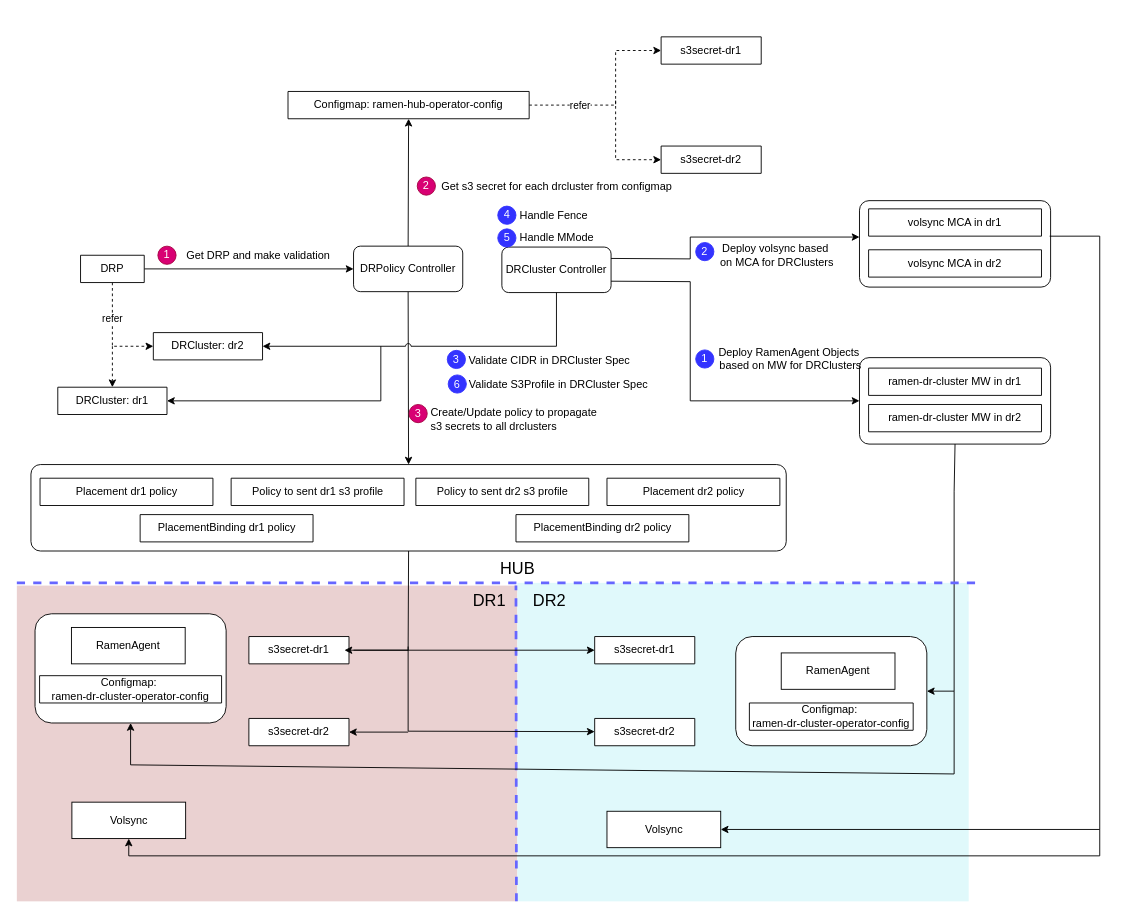
This is assets/images/posts/ramen-init.drawio from youhangwang/youhangwang.github.io, a draw.io file, before an edit. Source tidied: cells renumbered, new cells numbered last; positions are measured from the earlier drawing's top-left corner, leaving out a move shared by most shapes. Both pictures are drawn from the tidied source at 91%, with x=0, y=0 at pixel (16, 36).
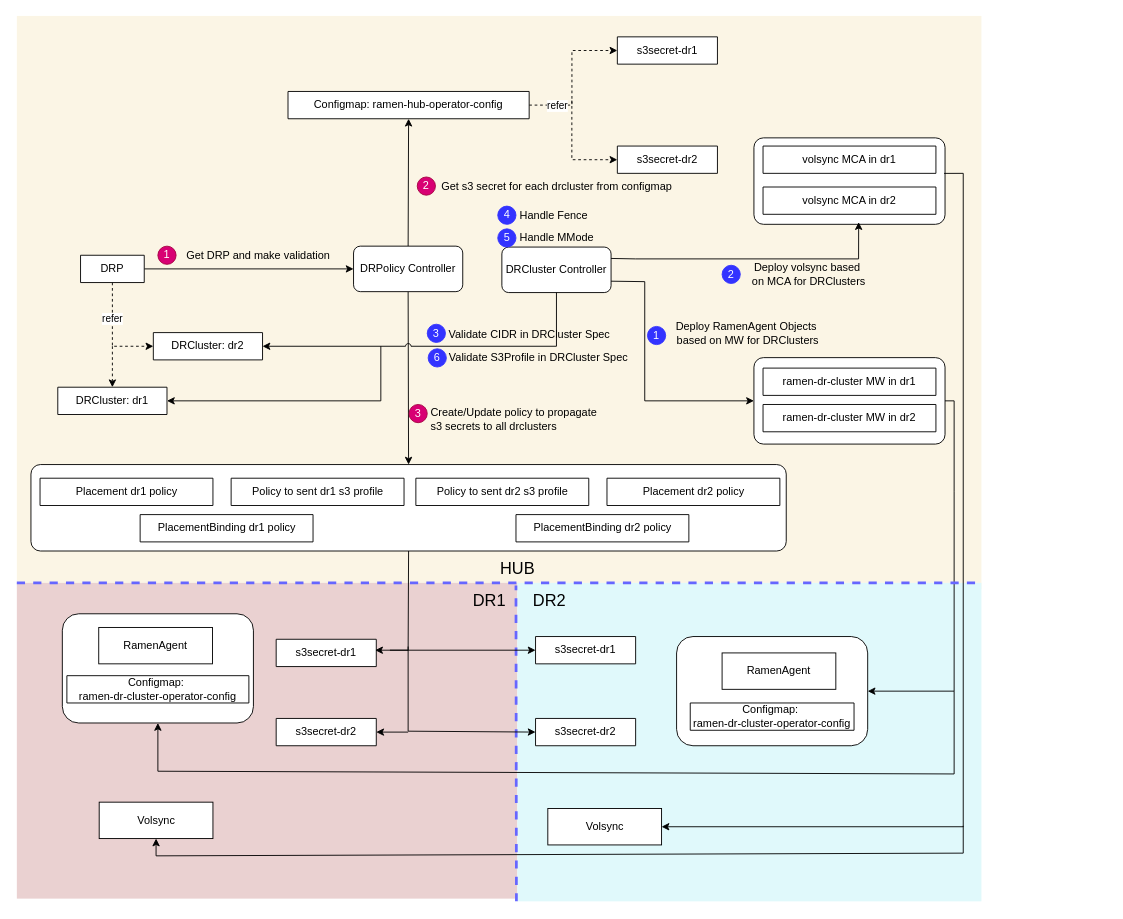
The same diagram, later.

The change refers to these unchanged cells:
```xml
<mxCell id="6" style="rounded=1;whiteSpace=wrap;html=1;arcSize=11;" parent="1" vertex="1">
  <mxGeometry x="15.5" y="470" width="830" height="95" as="geometry" />
</mxCell>
<mxCell id="46" value="DRCluster Controller" style="rounded=1;whiteSpace=wrap;html=1;" parent="1" vertex="1">
  <mxGeometry x="533" y="231" width="120" height="50" as="geometry" />
</mxCell>
```

The edit, as a diff of the source:
```diff
@@
+    <mxCell id="81" style="rounded=0;whiteSpace=wrap;html=1;fillColor=#fbf5e5;strokeColor=none;" parent="1" vertex="1">
+      <mxGeometry y="-23" width="1060" height="630" as="geometry" />
+    </mxCell>
     <mxCell id="2" style="rounded=1;whiteSpace=wrap;html=1;arcSize=11;" parent="1" vertex="1">
-      <mxGeometry x="926" y="180" width="210" height="95" as="geometry" />
+      <mxGeometry x="810" y="111" width="210" height="95" as="geometry" />
     </mxCell>
     <mxCell id="3" style="rounded=1;whiteSpace=wrap;html=1;arcSize=11;" parent="1" vertex="1">
-      <mxGeometry x="926" y="352.5" width="210" height="95" as="geometry" />
+      <mxGeometry x="810" y="352.5" width="210" height="95" as="geometry" />
     </mxCell>
     <mxCell id="4" style="rounded=0;whiteSpace=wrap;html=1;strokeColor=none;fillColor=#ead1d1;gradientColor=none;" parent="1" vertex="1">
-      <mxGeometry y="603" width="550" height="347" as="geometry" />
+      <mxGeometry y="600" width="550" height="347" as="geometry" />
     </mxCell>
     <mxCell id="5" style="rounded=0;whiteSpace=wrap;html=1;strokeColor=none;fillColor=#e0f9fb;gradientColor=none;" parent="1" vertex="1">
-      <mxGeometry x="550" y="600" width="496" height="350" as="geometry" />
+      <mxGeometry x="550" y="600" width="510" height="350" as="geometry" />
     </mxCell>
@@
     <mxCell id="7" style="endArrow=classic;html=1;rounded=0;exitX=1;exitY=0.5;exitDx=0;exitDy=0;entryX=0;entryY=0.5;entryDx=0;entryDy=0;dashed=1;" parent="1" edge="1" source="14" target="41">
       <mxGeometry relative="1" as="geometry">
         <Array as="points">
-          <mxPoint x="658" y="75" />
+          <mxPoint x="610" y="75" />
+          <mxPoint x="610" y="15" />
           <mxPoint x="658" y="15" />
         </Array>
       </mxGeometry>
     </mxCell>
     <mxCell id="8" value="refer" style="edgeLabel;html=1;align=center;verticalAlign=middle;" parent="7" vertex="1">
       <mxGeometry x="-0.4" relative="1" as="geometry">
-        <mxPoint x="-7" as="offset" />
+        <mxPoint x="-17" as="offset" />
       </mxGeometry>
     </mxCell>
@@
-    <mxCell id="14" value="Configmap: ramen-hub-operator-config" style="swimlane;fontStyle=0;horizontal=1;startSize=30;whiteSpace=wrap;html=1;" parent="1" vertex="1" collapsed="1">
-      <mxGeometry x="298" y="60" width="265" height="30" as="geometry" />
-    </mxCell>
     <mxCell id="15" style="endArrow=classic;html=1;rounded=0;entryX=0;entryY=0.5;entryDx=0;entryDy=0;dashed=1;" parent="1" edge="1" target="40">
       <mxGeometry relative="1" as="geometry">
-        <mxPoint x="658" y="70" as="sourcePoint" />
+        <mxPoint x="609.9" y="70" as="sourcePoint" />
         <Array as="points">
-          <mxPoint x="658" y="135" />
+          <mxPoint x="609.9" y="135" />
         </Array>
       </mxGeometry>
     </mxCell>
@@
     <mxCell id="23" value="s3secret-dr1" style="swimlane;fontStyle=0;horizontal=1;startSize=30;whiteSpace=wrap;html=1;" parent="1" vertex="1" collapsed="1">
-      <mxGeometry x="255" y="659" width="110" height="30" as="geometry" />
+      <mxGeometry x="285" y="662" width="110" height="30" as="geometry" />
     </mxCell>
     <mxCell id="24" value="s3secret-dr2" style="swimlane;fontStyle=0;horizontal=1;startSize=30;whiteSpace=wrap;html=1;" parent="1" vertex="1" collapsed="1">
-      <mxGeometry x="255" y="749" width="110" height="30" as="geometry" />
+      <mxGeometry x="285" y="749" width="110" height="30" as="geometry" />
     </mxCell>
     <mxCell id="25" value="s3secret-dr1" style="swimlane;fontStyle=0;horizontal=1;startSize=30;whiteSpace=wrap;html=1;" parent="1" vertex="1" collapsed="1">
-      <mxGeometry x="635" y="659" width="110" height="30" as="geometry" />
+      <mxGeometry x="570" y="659" width="110" height="30" as="geometry" />
     </mxCell>
     <mxCell id="26" value="s3secret-dr2" style="swimlane;fontStyle=0;horizontal=1;startSize=30;whiteSpace=wrap;html=1;" parent="1" vertex="1" collapsed="1">
-      <mxGeometry x="635" y="749" width="110" height="30" as="geometry" />
+      <mxGeometry x="570" y="749" width="110" height="30" as="geometry" />
     </mxCell>
-    <mxCell id="27" style="endArrow=classic;html=1;rounded=0;entryX=0.955;entryY=0.5;entryDx=0;entryDy=0;entryPerimeter=0;exitX=0.5;exitY=1;exitDx=0;exitDy=0;" parent="1" edge="1" source="6" target="23">
+    <mxCell id="27" style="endArrow=classic;html=1;rounded=0;entryX=0.989;entryY=0.4;entryDx=0;entryDy=0;entryPerimeter=0;exitX=0.5;exitY=1;exitDx=0;exitDy=0;" parent="1" edge="1" source="6" target="23">
       <mxGeometry relative="1" as="geometry">
         <Array as="points">
           <mxPoint x="430" y="674" />
         </Array>
       </mxGeometry>
     </mxCell>
     <mxCell id="28" style="endArrow=classic;html=1;rounded=0;entryX=0;entryY=0.5;entryDx=0;entryDy=0;" parent="1" edge="1" target="25">
       <mxGeometry relative="1" as="geometry">
-        <mxPoint x="370" y="674" as="sourcePoint" />
+        <mxPoint x="410" y="674" as="sourcePoint" />
       </mxGeometry>
     </mxCell>
@@
     <mxCell id="40" value="s3secret-dr2" style="swimlane;fontStyle=0;horizontal=1;startSize=30;whiteSpace=wrap;html=1;" parent="1" vertex="1" collapsed="1">
-      <mxGeometry x="708" y="120" width="110" height="30" as="geometry" />
+      <mxGeometry x="659.9" y="120" width="110" height="30" as="geometry" />
     </mxCell>
     <mxCell id="41" value="s3secret-dr1" style="swimlane;fontStyle=0;horizontal=1;startSize=30;whiteSpace=wrap;html=1;" parent="1" vertex="1" collapsed="1">
-      <mxGeometry x="708" width="110" height="30" as="geometry" />
+      <mxGeometry x="659.9" width="110" height="30" as="geometry" />
     </mxCell>
@@
     <mxCell id="43" value="1" style="ellipse;whiteSpace=wrap;html=1;fillColor=#3333FF;strokeColor=#3333FF;fontColor=#ffffff;" parent="1" vertex="1">
-      <mxGeometry x="746" y="344" width="20" height="20" as="geometry" />
+      <mxGeometry x="693" y="318.2" width="20" height="20" as="geometry" />
     </mxCell>
@@
     <mxCell id="47" style="rounded=1;whiteSpace=wrap;html=1;" parent="1" vertex="1">
-      <mxGeometry x="20" y="634" width="210" height="120" as="geometry" />
+      <mxGeometry x="50" y="634" width="210" height="120" as="geometry" />
     </mxCell>
     <mxCell id="48" style="rounded=1;whiteSpace=wrap;html=1;" parent="1" vertex="1">
-      <mxGeometry x="790" y="659" width="210" height="120" as="geometry" />
+      <mxGeometry x="725" y="659" width="210" height="120" as="geometry" />
     </mxCell>
-    <mxCell id="49" style="endArrow=classic;html=1;rounded=0;entryX=1;entryY=0.5;entryDx=0;entryDy=0;exitX=0.5;exitY=1;exitDx=0;exitDy=0;" parent="1" edge="1" source="3" target="48">
+    <mxCell id="49" style="endArrow=classic;html=1;rounded=0;entryX=1;entryY=0.5;entryDx=0;entryDy=0;exitX=1;exitY=0.5;exitDx=0;exitDy=0;" parent="1" edge="1" source="3" target="48">
       <mxGeometry relative="1" as="geometry">
         <Array as="points">
+          <mxPoint x="1030" y="400" />
           <mxPoint x="1030" y="500" />
           <mxPoint x="1030" y="719" />
         </Array>
       </mxGeometry>
     </mxCell>
     <mxCell id="50" style="endArrow=classic;html=1;rounded=0;entryX=0.5;entryY=1;entryDx=0;entryDy=0;" parent="1" edge="1" target="47">
       <mxGeometry relative="1" as="geometry">
         <mxPoint x="1030" y="719" as="sourcePoint" />
         <Array as="points">
           <mxPoint x="1030" y="810" />
-          <mxPoint x="125" y="800" />
+          <mxPoint x="155" y="807" />
         </Array>
       </mxGeometry>
     </mxCell>
     <mxCell id="51" value="ramen-dr-cluster MW in dr1" style="swimlane;fontStyle=0;horizontal=1;startSize=30;whiteSpace=wrap;html=1;" parent="1" vertex="1" collapsed="1">
-      <mxGeometry x="936" y="364" width="190" height="30" as="geometry" />
+      <mxGeometry x="820" y="364" width="190" height="30" as="geometry" />
     </mxCell>
     <mxCell id="52" value="ramen-dr-cluster MW in dr2" style="swimlane;fontStyle=0;horizontal=1;startSize=30;whiteSpace=wrap;html=1;" parent="1" vertex="1" collapsed="1">
-      <mxGeometry x="936" y="404" width="190" height="30" as="geometry" />
+      <mxGeometry x="820" y="404" width="190" height="30" as="geometry" />
     </mxCell>
     <mxCell id="53" style="endArrow=classic;html=1;rounded=0;exitX=1;exitY=0.75;exitDx=0;exitDy=0;entryX=0;entryY=0.5;entryDx=0;entryDy=0;" parent="1" edge="1" source="46" target="3">
       <mxGeometry relative="1" as="geometry">
         <Array as="points">
-          <mxPoint x="740" y="269" />
-          <mxPoint x="740" y="400" />
+          <mxPoint x="690" y="269" />
+          <mxPoint x="690" y="400" />
         </Array>
       </mxGeometry>
     </mxCell>
     <mxCell id="54" value="RamenAgent" style="rounded=0;whiteSpace=wrap;html=1;" parent="1" vertex="1">
-      <mxGeometry x="840" y="677" width="125" height="40" as="geometry" />
+      <mxGeometry x="775" y="677" width="125" height="40" as="geometry" />
     </mxCell>
     <mxCell id="55" value="Configmap:&amp;nbsp;&lt;div&gt;ramen-dr-cluster-operator-config&lt;/div&gt;" style="swimlane;fontStyle=0;horizontal=1;startSize=30;whiteSpace=wrap;html=1;" parent="1" vertex="1" collapsed="1">
-      <mxGeometry x="25" y="702" width="200" height="30" as="geometry" />
+      <mxGeometry x="55" y="702" width="200" height="30" as="geometry" />
     </mxCell>
     <mxCell id="56" value="Configmap:&amp;nbsp;&lt;div&gt;ramen-dr-cluster-operator-config&lt;/div&gt;" style="swimlane;fontStyle=0;horizontal=1;startSize=30;whiteSpace=wrap;html=1;" parent="1" vertex="1" collapsed="1">
-      <mxGeometry x="805" y="732" width="180" height="30" as="geometry" />
+      <mxGeometry x="740" y="732" width="180" height="30" as="geometry" />
     </mxCell>
     <mxCell id="57" value="RamenAgent" style="rounded=0;whiteSpace=wrap;html=1;" parent="1" vertex="1">
-      <mxGeometry x="60" y="649" width="125" height="40" as="geometry" />
+      <mxGeometry x="90" y="649" width="125" height="40" as="geometry" />
     </mxCell>
     <mxCell id="58" value="Deploy RamenAgent Objects&amp;nbsp;&lt;div&gt;based on MW for DRClusters&lt;/div&gt;" style="text;html=1;align=center;verticalAlign=middle;strokeColor=none;fillColor=none;" parent="1" vertex="1">
-      <mxGeometry x="760" y="334" width="180" height="40" as="geometry" />
+      <mxGeometry x="713" y="305.8" width="180" height="40" as="geometry" />
     </mxCell>
@@
     <mxCell id="60" value="volsync MCA in dr1" style="swimlane;fontStyle=0;horizontal=1;startSize=30;whiteSpace=wrap;html=1;" parent="1" vertex="1" collapsed="1">
-      <mxGeometry x="936" y="189" width="190" height="30" as="geometry" />
+      <mxGeometry x="820" y="120" width="190" height="30" as="geometry" />
     </mxCell>
     <mxCell id="61" value="volsync MCA in dr2" style="swimlane;fontStyle=0;horizontal=1;startSize=30;whiteSpace=wrap;html=1;" parent="1" vertex="1" collapsed="1">
-      <mxGeometry x="936" y="234" width="190" height="30" as="geometry" />
+      <mxGeometry x="820" y="165" width="190" height="30" as="geometry" />
     </mxCell>
-    <mxCell id="62" style="endArrow=classic;html=1;rounded=0;exitX=1;exitY=0.25;exitDx=0;exitDy=0;" parent="1" edge="1" source="46">
+    <mxCell id="62" style="endArrow=classic;html=1;rounded=0;exitX=1;exitY=0.25;exitDx=0;exitDy=0;entryX=0.548;entryY=0.975;entryDx=0;entryDy=0;entryPerimeter=0;" parent="1" edge="1" source="46" target="2">
       <mxGeometry relative="1" as="geometry">
-        <mxPoint x="926" y="220" as="targetPoint" />
         <Array as="points">
-          <mxPoint x="740" y="244" />
-          <mxPoint x="740" y="220" />
+          <mxPoint x="680" y="244" />
+          <mxPoint x="925" y="244" />
         </Array>
       </mxGeometry>
     </mxCell>
     <mxCell id="63" value="Deploy volsync&amp;nbsp;&lt;span style=&quot;background-color: initial;&quot;&gt;based&amp;nbsp;&lt;/span&gt;&lt;div&gt;on MCA for DRClusters&lt;/div&gt;" style="text;html=1;align=center;verticalAlign=middle;strokeColor=none;fillColor=none;" parent="1" vertex="1">
-      <mxGeometry x="760" y="220" width="150" height="40" as="geometry" />
+      <mxGeometry x="795" y="241" width="150" height="40" as="geometry" />
     </mxCell>
-    <mxCell id="64" style="endArrow=classic;html=1;rounded=0;entryX=0;entryY=0.5;entryDx=0;entryDy=0;" parent="1" edge="1">
+    <mxCell id="64" style="endArrow=classic;html=1;rounded=0;" parent="1" edge="1">
       <mxGeometry relative="1" as="geometry">
         <mxPoint x="430" y="670" as="sourcePoint" />
-        <mxPoint x="635" y="763.5" as="targetPoint" />
+        <mxPoint x="570" y="764" as="targetPoint" />
         <Array as="points">
           <mxPoint x="430" y="763" />
         </Array>
       </mxGeometry>
     </mxCell>
@@
     <mxCell id="66" value="Volsync" style="rounded=0;whiteSpace=wrap;html=1;" parent="1" vertex="1">
-      <mxGeometry x="60.5" y="841" width="125" height="40" as="geometry" />
+      <mxGeometry x="90.5" y="841" width="125" height="40" as="geometry" />
     </mxCell>
     <mxCell id="67" value="Volsync" style="rounded=0;whiteSpace=wrap;html=1;" parent="1" vertex="1">
-      <mxGeometry x="648.5" y="851" width="125" height="40" as="geometry" />
+      <mxGeometry x="583.5" y="848" width="125" height="40" as="geometry" />
     </mxCell>
     <mxCell id="68" style="endArrow=classic;html=1;rounded=0;entryX=1;entryY=0.5;entryDx=0;entryDy=0;exitX=0.995;exitY=0.411;exitDx=0;exitDy=0;exitPerimeter=0;" parent="1" edge="1" source="2" target="67">
       <mxGeometry relative="1" as="geometry">
         <Array as="points">
-          <mxPoint x="1190" y="219" />
-          <mxPoint x="1190" y="871" />
+          <mxPoint x="1040" y="150" />
+          <mxPoint x="1040" y="868" />
         </Array>
       </mxGeometry>
     </mxCell>
     <mxCell id="69" style="endArrow=classic;html=1;rounded=0;entryX=0.5;entryY=1;entryDx=0;entryDy=0;" parent="1" edge="1" target="66">
       <mxGeometry relative="1" as="geometry">
-        <mxPoint x="1190" y="871" as="sourcePoint" />
+        <mxPoint x="1040" y="867" as="sourcePoint" />
         <Array as="points">
-          <mxPoint x="1190" y="900" />
-          <mxPoint x="123" y="900" />
+          <mxPoint x="1040" y="897" />
+          <mxPoint x="153" y="900" />
         </Array>
       </mxGeometry>
     </mxCell>
     <mxCell id="70" value="3" style="ellipse;whiteSpace=wrap;html=1;fillColor=#3333FF;strokeColor=#3333FF;fontColor=#ffffff;" parent="1" vertex="1">
-      <mxGeometry x="473" y="344.5" width="20" height="20" as="geometry" />
+      <mxGeometry x="451" y="315.8" width="20" height="20" as="geometry" />
     </mxCell>
     <mxCell id="71" value="2" style="ellipse;whiteSpace=wrap;html=1;fillColor=#3333FF;strokeColor=#3333FF;fontColor=#ffffff;" parent="1" vertex="1">
-      <mxGeometry x="746" y="226" width="20" height="20" as="geometry" />
+      <mxGeometry x="775" y="251" width="20" height="20" as="geometry" />
     </mxCell>
@@
     <mxCell id="74" value="Validate CIDR in DRCluster Spec" style="text;html=1;align=center;verticalAlign=middle;strokeColor=none;fillColor=none;" parent="1" vertex="1">
-      <mxGeometry x="485" y="340.5" width="200" height="30" as="geometry" />
+      <mxGeometry x="463" y="311.8" width="200" height="30" as="geometry" />
     </mxCell>
@@
     <mxCell id="79" value="Validate S3Profile in DRCluster Spec" style="text;html=1;align=center;verticalAlign=middle;strokeColor=none;fillColor=none;" parent="1" vertex="1">
-      <mxGeometry x="485" y="367" width="220" height="30" as="geometry" />
+      <mxGeometry x="463" y="338.2" width="220" height="30" as="geometry" />
     </mxCell>
     <mxCell id="80" value="6" style="ellipse;whiteSpace=wrap;html=1;fillColor=#3333FF;strokeColor=#3333FF;fontColor=#ffffff;" parent="1" vertex="1">
-      <mxGeometry x="474" y="371.5" width="20" height="20" as="geometry" />
+      <mxGeometry x="452" y="342.8" width="20" height="20" as="geometry" />
     </mxCell>
+    <mxCell id="14" value="Configmap: ramen-hub-operator-config" style="swimlane;fontStyle=0;horizontal=1;startSize=30;whiteSpace=wrap;html=1;" parent="1" vertex="1" collapsed="1">
+      <mxGeometry x="298" y="60" width="265" height="30" as="geometry" />
+    </mxCell>
```
